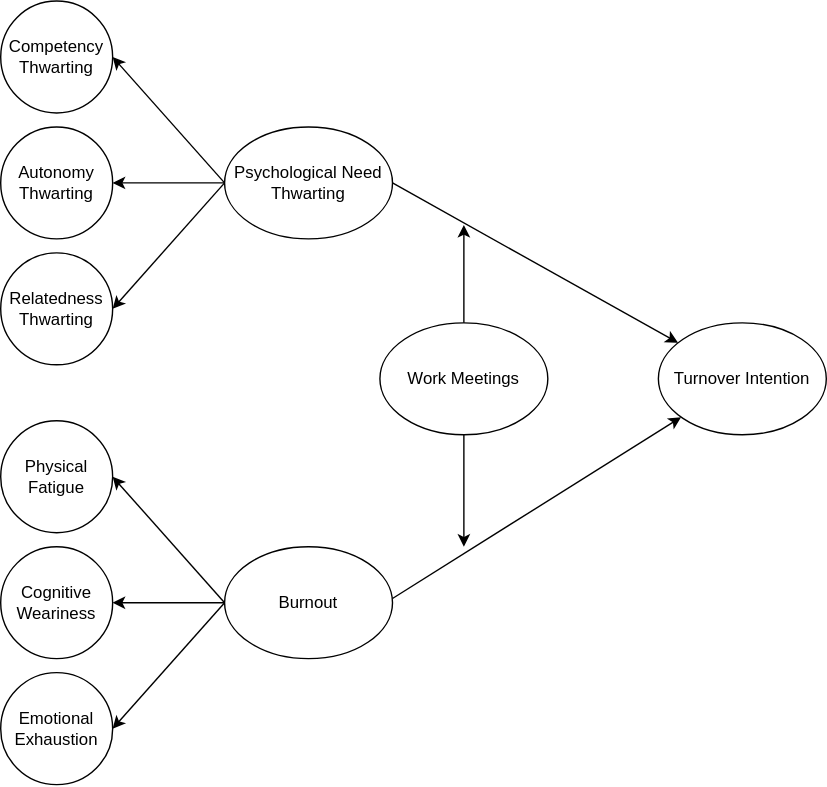
datasci-iopsy/dkg-phd-thesis keeps this draw.io diagram as src/run_gen_data/images/thesis-process-model.svg. Above is the earlier version. Source tidied: cells renumbered, new cells last; positions are measured from the earlier drawing's top-left corner, leaving out a move shared by most shapes.
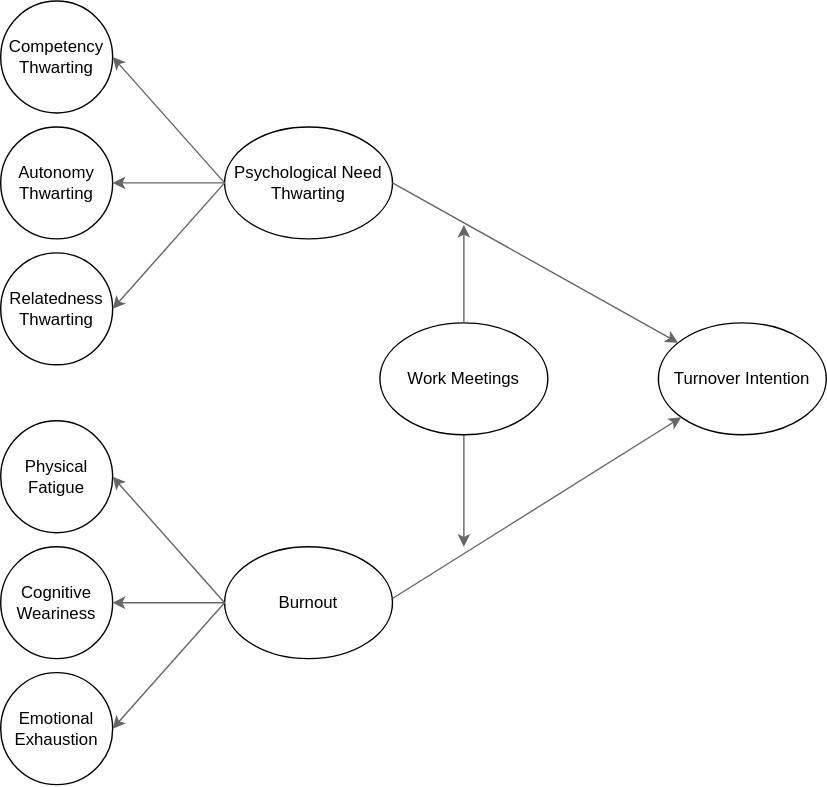
The same file after the commit.

Commit message:
made lines white

The edit, as a diff of the source:
```diff
@@ -26,18 +26,18 @@
     <mxCell id="9" value="Burnout" style="ellipse;whiteSpace=wrap;html=1;" parent="8" vertex="1">
       <mxGeometry width="120" height="80" as="geometry" />
     </mxCell>
-    <mxCell id="10" style="endArrow=classic;html=1;entryX=1;entryY=0.5;entryDx=0;entryDy=0;" parent="8" edge="1" target="6">
+    <mxCell id="10" style="endArrow=classic;html=1;entryX=1;entryY=0.5;entryDx=0;entryDy=0;fillColor=#f5f5f5;strokeColor=#666666;" parent="8" edge="1" target="6">
       <mxGeometry relative="1" as="geometry">
         <mxPoint y="40" as="sourcePoint" />
       </mxGeometry>
     </mxCell>
-    <mxCell id="11" style="endArrow=classic;html=1;entryX=1;entryY=0.5;entryDx=0;entryDy=0;exitX=0;exitY=0.5;exitDx=0;exitDy=0;" parent="5" edge="1" source="9" target="7">
+    <mxCell id="11" style="endArrow=classic;html=1;entryX=1;entryY=0.5;entryDx=0;entryDy=0;exitX=0;exitY=0.5;exitDx=0;exitDy=0;fillColor=#f5f5f5;strokeColor=#666666;" parent="5" edge="1" source="9" target="7">
       <mxGeometry relative="1" as="geometry" />
     </mxCell>
-    <mxCell id="12" style="endArrow=classic;html=1;entryX=1;entryY=0.5;entryDx=0;entryDy=0;exitX=0;exitY=0.5;exitDx=0;exitDy=0;" parent="5" edge="1" source="9" target="4">
+    <mxCell id="12" style="endArrow=classic;html=1;entryX=1;entryY=0.5;entryDx=0;entryDy=0;exitX=0;exitY=0.5;exitDx=0;exitDy=0;fillColor=#f5f5f5;strokeColor=#666666;" parent="5" edge="1" source="9" target="4">
       <mxGeometry relative="1" as="geometry" />
     </mxCell>
-    <mxCell id="13" style="endArrow=classic;html=1;exitX=0.5;exitY=1;exitDx=0;exitDy=0;" parent="5" edge="1" source="25">
+    <mxCell id="13" style="endArrow=classic;html=1;exitX=0.5;exitY=1;exitDx=0;exitDy=0;fillColor=#f5f5f5;strokeColor=#666666;" parent="5" edge="1" source="25">
       <mxGeometry relative="1" as="geometry">
         <mxPoint x="331" y="90" as="targetPoint" />
       </mxGeometry>
@@ -57,17 +57,17 @@
     <mxCell id="18" value="Psychological Need Thwarting" style="ellipse;whiteSpace=wrap;html=1;" parent="14" vertex="1">
       <mxGeometry x="160" y="90" width="120" height="80" as="geometry" />
     </mxCell>
-    <mxCell id="19" style="endArrow=classic;html=1;entryX=1;entryY=0.5;entryDx=0;entryDy=0;" parent="14" edge="1" target="16">
+    <mxCell id="19" style="endArrow=classic;html=1;entryX=1;entryY=0.5;entryDx=0;entryDy=0;fillColor=#f5f5f5;strokeColor=#666666;" parent="14" edge="1" target="16">
       <mxGeometry relative="1" as="geometry">
         <mxPoint x="160" y="130" as="sourcePoint" />
       </mxGeometry>
     </mxCell>
-    <mxCell id="20" style="endArrow=classic;html=1;entryX=1;entryY=0.5;entryDx=0;entryDy=0;" parent="14" edge="1" target="17">
+    <mxCell id="20" style="endArrow=classic;html=1;entryX=1;entryY=0.5;entryDx=0;entryDy=0;fillColor=#f5f5f5;strokeColor=#666666;" parent="14" edge="1" target="17">
       <mxGeometry relative="1" as="geometry">
         <mxPoint x="160" y="130" as="sourcePoint" />
       </mxGeometry>
     </mxCell>
-    <mxCell id="21" style="endArrow=classic;html=1;entryX=1;entryY=0.5;entryDx=0;entryDy=0;" parent="14" edge="1" target="15">
+    <mxCell id="21" style="endArrow=classic;html=1;entryX=1;entryY=0.5;entryDx=0;entryDy=0;fillColor=#f5f5f5;strokeColor=#666666;" parent="14" edge="1" target="15">
       <mxGeometry relative="1" as="geometry">
         <mxPoint x="160" y="130" as="sourcePoint" />
       </mxGeometry>
@@ -75,12 +75,12 @@
     <mxCell id="22" value="Turnover Intention" style="ellipse;whiteSpace=wrap;html=1;" parent="2" vertex="1">
       <mxGeometry x="470" y="230" width="120" height="80" as="geometry" />
     </mxCell>
-    <mxCell id="23" style="endArrow=classic;html=1;" parent="2" edge="1" target="22">
+    <mxCell id="23" style="endArrow=classic;html=1;fillColor=#f5f5f5;strokeColor=#666666;" parent="2" edge="1" target="22">
       <mxGeometry relative="1" as="geometry">
         <mxPoint x="280" y="130" as="sourcePoint" />
       </mxGeometry>
     </mxCell>
-    <mxCell id="24" style="endArrow=classic;html=1;" parent="2" edge="1" target="22">
+    <mxCell id="24" style="endArrow=classic;html=1;fillColor=#f5f5f5;strokeColor=#666666;" parent="2" edge="1" target="22">
       <mxGeometry relative="1" as="geometry">
         <mxPoint x="280" y="427" as="sourcePoint" />
       </mxGeometry>
@@ -88,7 +88,7 @@
     <mxCell id="25" value="Work Meetings" style="ellipse;whiteSpace=wrap;html=1;" parent="2" vertex="1">
       <mxGeometry x="271" y="230" width="120" height="80" as="geometry" />
     </mxCell>
-    <mxCell id="26" style="endArrow=classic;html=1;" parent="2" edge="1">
+    <mxCell id="26" style="endArrow=classic;html=1;fillColor=#f5f5f5;strokeColor=#666666;" parent="2" edge="1">
       <mxGeometry relative="1" as="geometry">
         <mxPoint x="331" y="230" as="sourcePoint" />
         <mxPoint x="331" y="160" as="targetPoint" />
```
